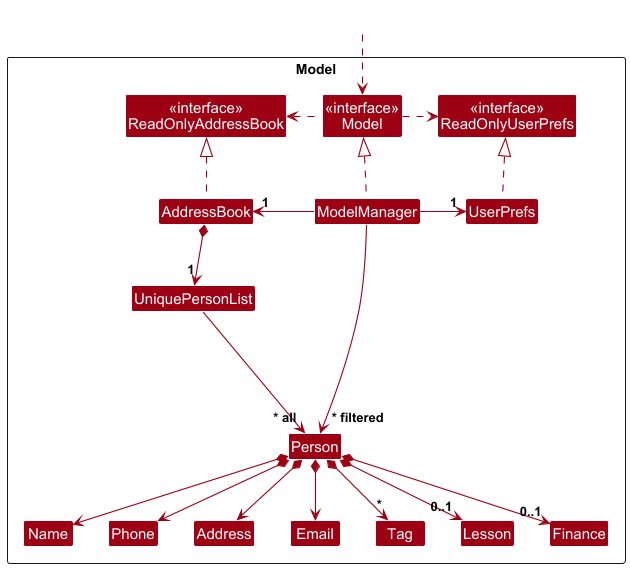
This is docs/images/ModelClassDiagram.png from AY2526S1-CS2103T-T14-1/tp, a PlantUML export, as it was before one commit.
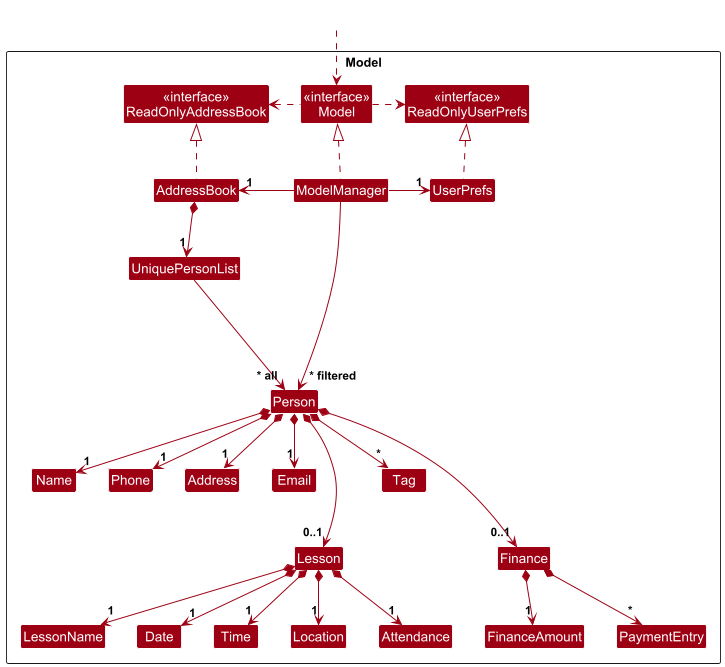
Above is the later version.

The edit, as a diff of the source:
```diff
@@ -21,6 +21,13 @@
 Class Tag
 Class Lesson
 Class Finance
+Class LessonName
+Class Date
+Class Time
+Class Location
+Class Attendance
+Class FinanceAmount
+Class PaymentEntry
 
 Class I #FFFFFF
 }
@@ -39,13 +46,22 @@
 
 AddressBook *--> "1" UniquePersonList
 UniquePersonList --> "~* all" Person
-Person *--> Name
-Person *--> Phone
-Person *--> Email
-Person *--> Address
+Person *--> "1" Name
+Person *--> "1" Phone
+Person *--> "1" Email
+Person *--> "1" Address
 Person *--> "*" Tag
 Person *--> "0..1" Lesson
 Person *--> "0..1" Finance
+
+Lesson *--> "1" LessonName
+Lesson *--> "1" Date
+Lesson *--> "1" Time
+Lesson *--> "1" Location
+Lesson *--> "1" Attendance
+
+Finance *--> "1" FinanceAmount
+Finance *--> "*" PaymentEntry
 
 Person -[hidden]up--> I
 UniquePersonList -[hidden]right-> I
@@ -53,6 +69,17 @@
 Name -[hidden]right-> Phone
 Phone -[hidden]right-> Address
 Address -[hidden]right-> Email
+Email -[hidden]right-> Tag
+
+Tag -[hidden]down-> Lesson
+Tag -[hidden]down-> Finance
+
+LessonName -[hidden]right-> Date
+Date -[hidden]right-> Time
+Time -[hidden]right-> Location
+Location -[hidden]right-> Attendance
+
+FinanceAmount -[hidden]right-> PaymentEntry
 
 ModelManager --> "~* filtered" Person
 @enduml
```
